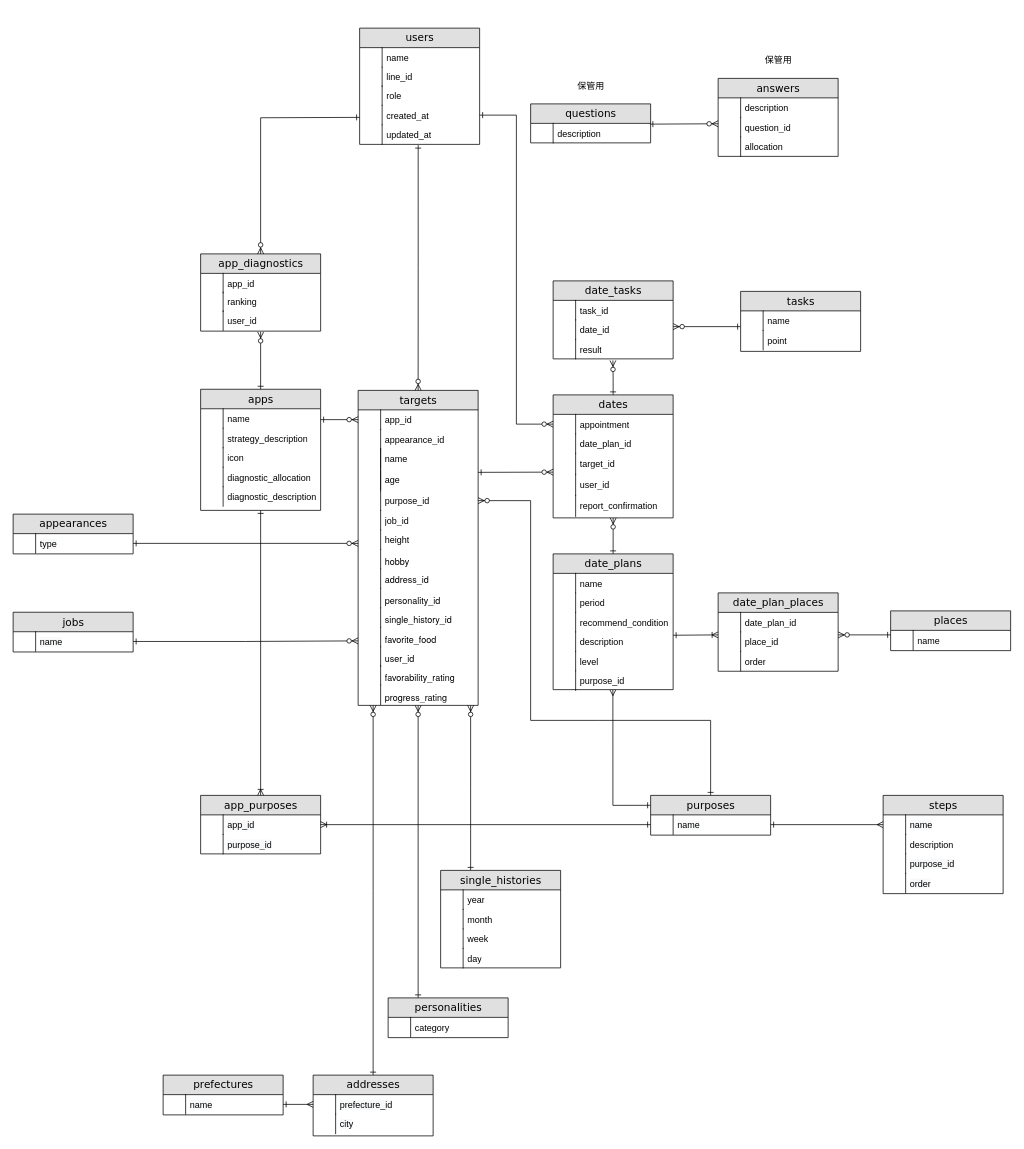
This is Untitled Diagram.drawio from kstar0102/ryuki0102, a draw.io file, before an edit. Source tidied: cells renumbered, new cells numbered last; positions are measured from the earlier drawing's top-left corner, leaving out a move shared by most shapes. Both pictures are drawn from the tidied source at 75%, with x=0, y=0 at pixel (13, 28).
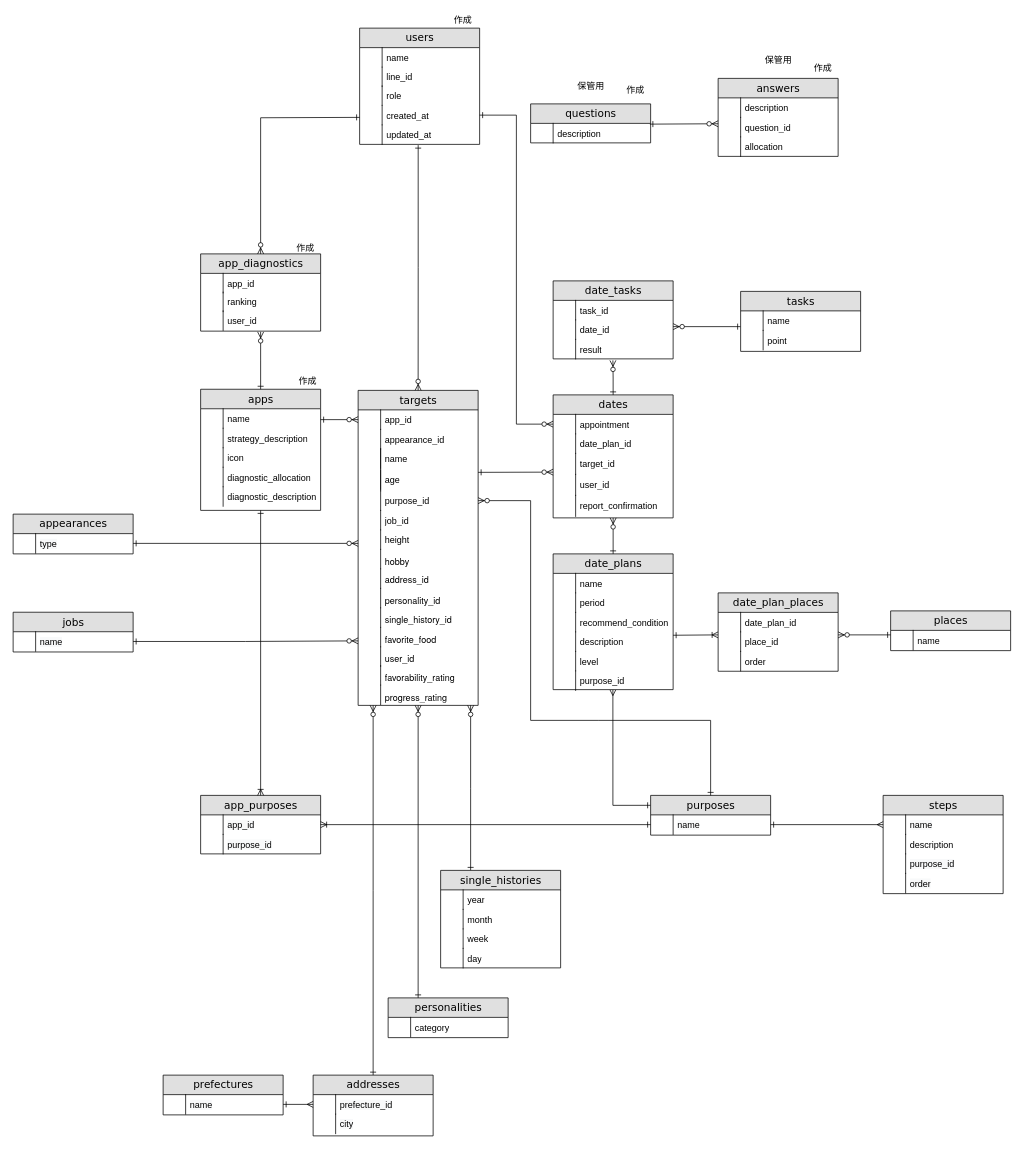
The same page after the edit.

Change to the diagram source:
```diff
@@
     <mxCell id="186" value="保管用" style="text;html=1;align=center;verticalAlign=middle;strokeColor=none;" parent="1" vertex="1">
-      <mxGeometry x="745" y="67" width="50" height="20" as="geometry" />
+      <mxGeometry x="745" y="67.5" width="50" height="20" as="geometry" />
     </mxCell>
@@
+    <mxCell id="188" value="作成" style="text;html=1;strokeColor=none;fillColor=none;align=center;verticalAlign=middle;whiteSpace=wrap;rounded=0;" parent="1" vertex="1">
+      <mxGeometry x="580" y="-20" width="40" height="20" as="geometry" />
+    </mxCell>
+    <mxCell id="189" value="作成" style="text;html=1;strokeColor=none;fillColor=none;align=center;verticalAlign=middle;whiteSpace=wrap;rounded=0;" parent="1" vertex="1">
+      <mxGeometry x="810" y="73" width="40" height="20" as="geometry" />
+    </mxCell>
+    <mxCell id="190" value="作成" style="text;html=1;strokeColor=none;fillColor=none;align=center;verticalAlign=middle;whiteSpace=wrap;rounded=0;" parent="1" vertex="1">
+      <mxGeometry x="1060" y="43" width="40" height="20" as="geometry" />
+    </mxCell>
+    <mxCell id="191" value="作成" style="text;html=1;strokeColor=none;fillColor=none;align=center;verticalAlign=middle;whiteSpace=wrap;rounded=0;" parent="1" vertex="1">
+      <mxGeometry x="370" y="283" width="40" height="20" as="geometry" />
+    </mxCell>
+    <mxCell id="192" value="作成" style="text;html=1;strokeColor=none;fillColor=none;align=center;verticalAlign=middle;whiteSpace=wrap;rounded=0;" parent="1" vertex="1">
+      <mxGeometry x="373" y="461" width="40" height="20" as="geometry" />
+    </mxCell>
```
